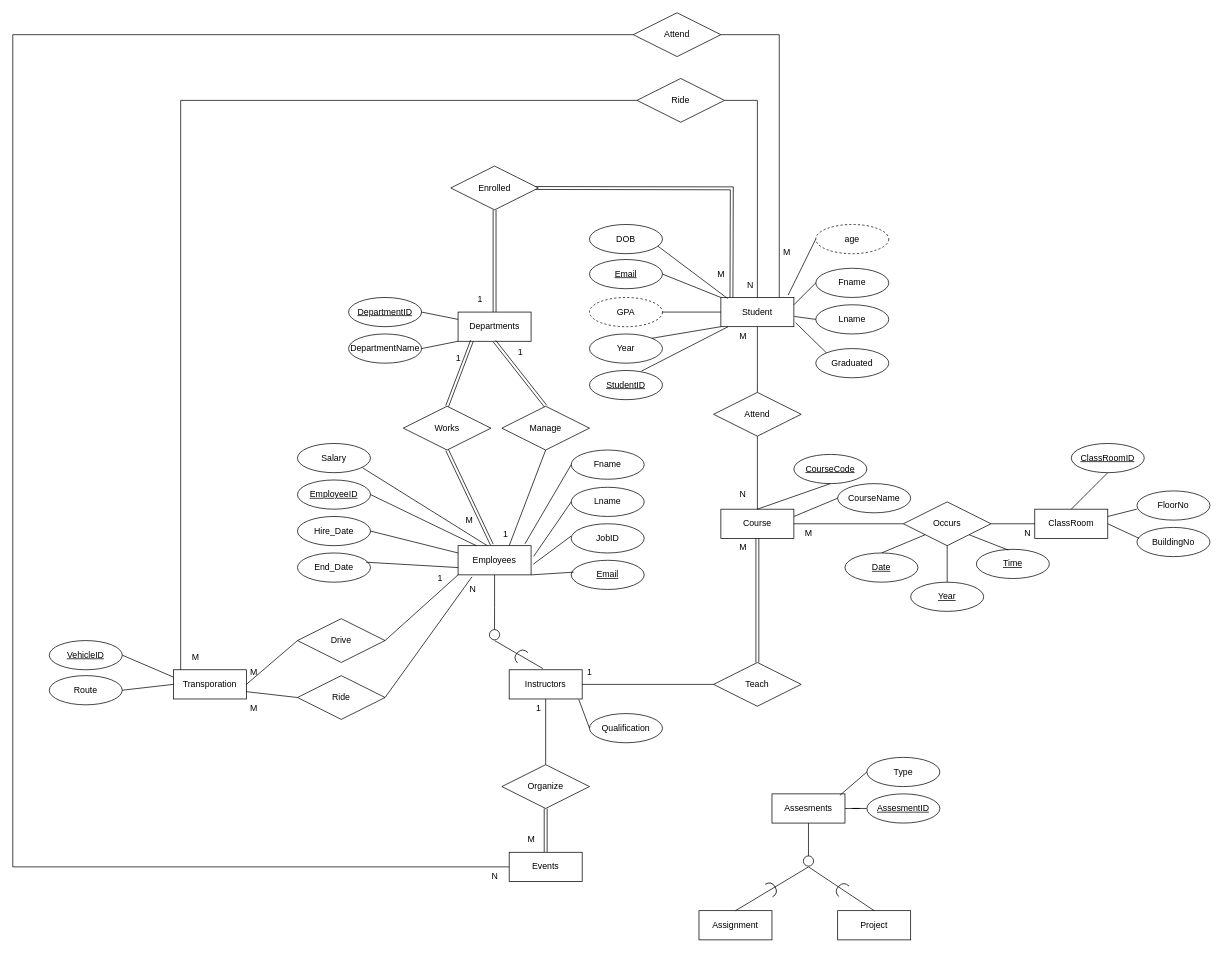
Above: FacultyERD.drawio in seiffmohamedd/University_DBMS (draw.io), before the change. Source tidied: cells renumbered, new cells numbered last; positions are measured from the earlier drawing's top-left corner, leaving out a move shared by most shapes. Both pictures are drawn from the tidied source at 73%, with x=0, y=0 at pixel (12, 12).
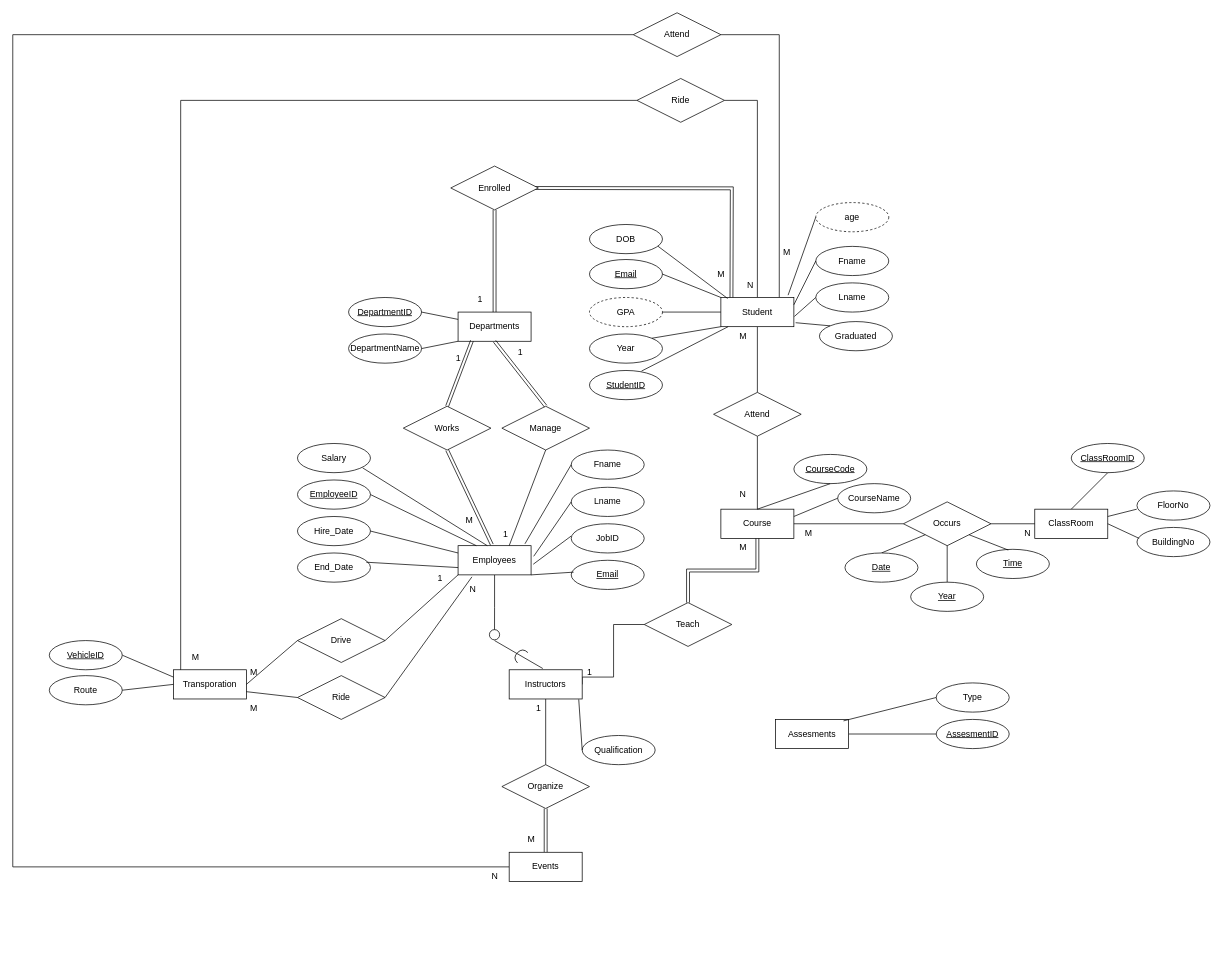
Above is the later version.

Commit message (it also covers changes not shown here):
ERD Relations added

The change refers to these unchanged cells:
```xml
<mxCell id="60" value="Instructors" style="whiteSpace=wrap;html=1;align=center;" parent="1" vertex="1">
  <mxGeometry x="680" y="900" width="100" height="40" as="geometry" />
</mxCell>
```

The edit, as a diff of the source:
```diff
@@
-    <mxCell id="2" value="Assignment" style="whiteSpace=wrap;html=1;align=center;" parent="1" vertex="1">
-      <mxGeometry x="940" y="1230" width="100" height="40" as="geometry" />
-    </mxCell>
-    <mxCell id="3" value="Project" style="whiteSpace=wrap;html=1;align=center;" parent="1" vertex="1">
-      <mxGeometry x="1130" y="1230" width="100" height="40" as="geometry" />
-    </mxCell>
@@
-    <mxCell id="5" style="edgeStyle=orthogonalEdgeStyle;rounded=0;jettySize=auto;html=1;endArrow=circle;endFill=0;" parent="1" edge="1" source="6">
-      <mxGeometry relative="1" as="geometry">
-        <mxPoint x="1090" y="1170" as="targetPoint" />
-      </mxGeometry>
-    </mxCell>
     <mxCell id="6" value="Assesments" style="whiteSpace=wrap;html=1;align=center;" parent="1" vertex="1">
-      <mxGeometry x="1040" y="1070" width="100" height="40" as="geometry" />
+      <mxGeometry x="1045" y="968" width="100" height="40" as="geometry" />
     </mxCell>
@@
     <mxCell id="35" value="Graduated" style="ellipse;whiteSpace=wrap;html=1;align=center;" parent="1" vertex="1">
-      <mxGeometry x="1100" y="460" width="100" height="40" as="geometry" />
+      <mxGeometry x="1105" y="423" width="100" height="40" as="geometry" />
     </mxCell>
@@
     <mxCell id="40" value="Fname" style="ellipse;whiteSpace=wrap;html=1;align=center;" parent="1" vertex="1">
-      <mxGeometry x="1100" y="350" width="100" height="40" as="geometry" />
+      <mxGeometry x="1100" y="320" width="100" height="40" as="geometry" />
     </mxCell>
@@
     <mxCell id="42" value="Lname" style="ellipse;whiteSpace=wrap;html=1;align=center;" parent="1" vertex="1">
-      <mxGeometry x="1100" y="400" width="100" height="40" as="geometry" />
+      <mxGeometry x="1100" y="370" width="100" height="40" as="geometry" />
     </mxCell>
@@
     <mxCell id="51" value="age" style="ellipse;whiteSpace=wrap;html=1;align=center;dashed=1;" parent="1" vertex="1">
-      <mxGeometry x="1100" y="290" width="100" height="40" as="geometry" />
+      <mxGeometry x="1100" y="260" width="100" height="40" as="geometry" />
     </mxCell>
@@
     <mxCell id="58" style="edgeStyle=orthogonalEdgeStyle;rounded=0;jettySize=auto;html=1;exitX=1;exitY=0.5;exitDx=0;exitDy=0;entryX=0;entryY=0.5;entryDx=0;entryDy=0;endArrow=none;endFill=0;" parent="1" edge="1" source="60" target="79">
-      <mxGeometry relative="1" as="geometry" />
+      <mxGeometry relative="1" as="geometry">
+        <Array as="points">
+          <mxPoint x="780" y="910" />
+          <mxPoint x="823" y="910" />
+          <mxPoint x="823" y="838" />
+        </Array>
+      </mxGeometry>
     </mxCell>
@@
     <mxCell id="62" value="Qualification" style="ellipse;whiteSpace=wrap;html=1;align=center;" parent="1" vertex="1">
-      <mxGeometry x="790" y="960" width="100" height="40" as="geometry" />
+      <mxGeometry x="780" y="990" width="100" height="40" as="geometry" />
     </mxCell>
@@
     <mxCell id="79" value="Teach" style="shape=rhombus;perimeter=rhombusPerimeter;whiteSpace=wrap;html=1;align=center;" parent="1" vertex="1">
-      <mxGeometry x="960" y="890" width="120" height="60" as="geometry" />
+      <mxGeometry x="865" y="808" width="120" height="60" as="geometry" />
     </mxCell>
@@
     <mxCell id="94" value="AssesmentID" style="ellipse;whiteSpace=wrap;html=1;align=center;fontStyle=4;" parent="1" vertex="1">
-      <mxGeometry x="1170" y="1070" width="100" height="40" as="geometry" />
+      <mxGeometry x="1265" y="968" width="100" height="40" as="geometry" />
     </mxCell>
     <mxCell id="95" value="Type" style="ellipse;whiteSpace=wrap;html=1;align=center;" parent="1" vertex="1">
-      <mxGeometry x="1170" y="1020" width="100" height="40" as="geometry" />
+      <mxGeometry x="1265" y="918" width="100" height="40" as="geometry" />
     </mxCell>
@@
-    <mxCell id="97" style="endArrow=none;html=1;rounded=0;" parent="1" edge="1">
-      <mxGeometry relative="1" as="geometry">
-        <mxPoint x="990" y="1230" as="sourcePoint" />
-        <mxPoint x="1090" y="1170" as="targetPoint" />
-      </mxGeometry>
-    </mxCell>
-    <mxCell id="98" style="endArrow=none;html=1;rounded=0;entryX=0.5;entryY=0;entryDx=0;entryDy=0;" parent="1" edge="1" target="3">
-      <mxGeometry relative="1" as="geometry">
-        <mxPoint x="1090" y="1170" as="sourcePoint" />
-      </mxGeometry>
-    </mxCell>
@@
-    <mxCell id="100" style="shape=requiredInterface;html=1;verticalLabelPosition=bottom;sketch=0;rotation=-30;" parent="1" vertex="1">
-      <mxGeometry x="1035" y="1190" width="10" height="20" as="geometry" />
-    </mxCell>
-    <mxCell id="101" style="shape=requiredInterface;html=1;verticalLabelPosition=bottom;sketch=0;rotation=-135;" parent="1" vertex="1">
-      <mxGeometry x="1130" y="1190" width="10" height="20" as="geometry" />
-    </mxCell>
```
